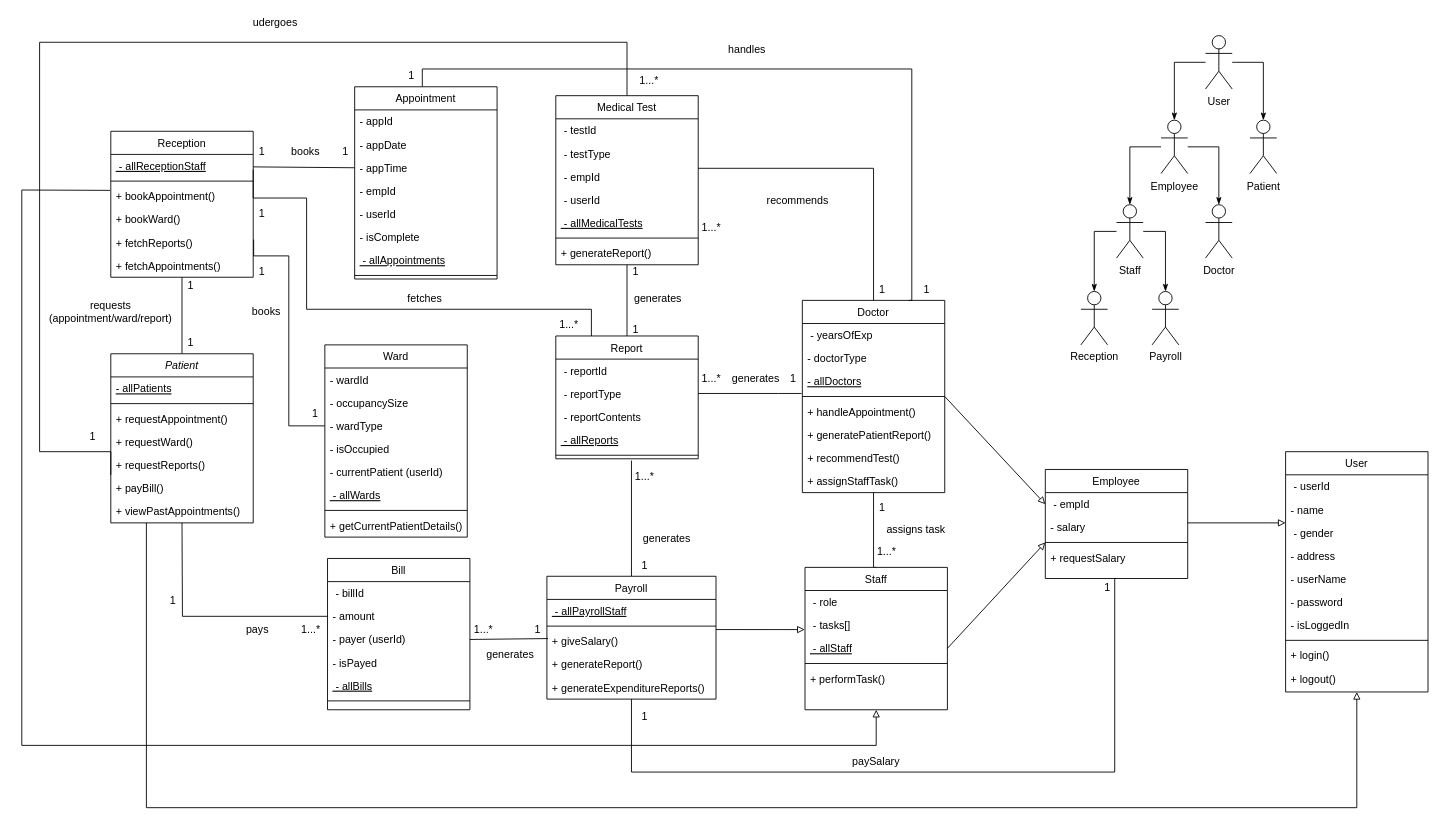
Before: 15-7-22/hospital-app/diagrams/hosp-class.drawio in srividya-p/Forcepoint-Training, a draw.io diagram. Source tidied: cells renumbered, new cells numbered last; positions are measured from the earlier drawing's top-left corner, leaving out a move shared by most shapes. Both pictures are drawn from the tidied source at 89%, with x=0, y=0 at pixel (21, 15).
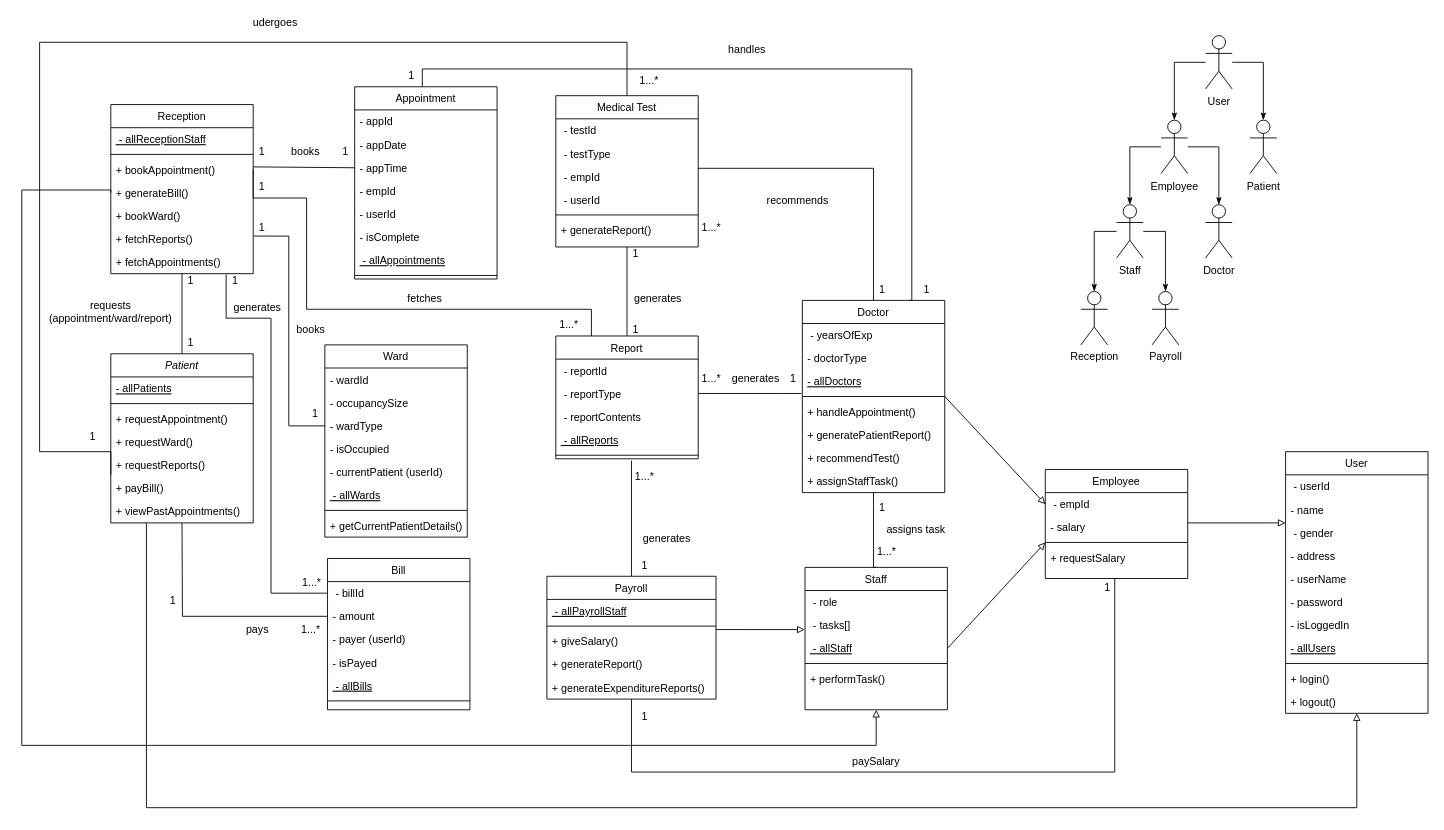
Above is the later version.

The change refers to these unchanged cells:
```xml
<mxCell id="16" value="- wardType" style="text;align=left;verticalAlign=top;spacingLeft=4;spacingRight=4;overflow=hidden;points=[[0,0.5],[1,0.5]];portConstraint=eastwest;" parent="13" vertex="1">
  <mxGeometry y="78" width="160" height="26" as="geometry" />
</mxCell>
<mxCell id="42" value=" - billId" style="text;align=left;verticalAlign=top;spacingLeft=4;spacingRight=4;overflow=hidden;points=[[0,0.5],[1,0.5]];portConstraint=eastwest;" parent="41" vertex="1">
  <mxGeometry y="26" width="160" height="26" as="geometry" />
</mxCell>
<mxCell id="44" value="- payer (userId)" style="text;align=left;verticalAlign=top;spacingLeft=4;spacingRight=4;overflow=hidden;points=[[0,0.5],[1,0.5]];portConstraint=eastwest;rounded=0;shadow=0;html=0;" parent="41" vertex="1">
  <mxGeometry y="78" width="160" height="26" as="geometry" />
</mxCell>
<mxCell id="127" value="+ bookAppointment()" style="text;align=left;verticalAlign=top;spacingLeft=4;spacingRight=4;overflow=hidden;points=[[0,0.5],[1,0.5]];portConstraint=eastwest;fontStyle=0;fontColor=#000000;" parent="124" vertex="1">
  <mxGeometry y="60" width="160" height="26" as="geometry" />
</mxCell>
<mxCell id="132" value="Staff" style="swimlane;fontStyle=0;align=center;verticalAlign=top;horizontal=1;startSize=26;rounded=0;shadow=0;strokeWidth=1;fontColor=#000000;" parent="1" vertex="1">
  <mxGeometry x="880" y="620" width="160" height="160" as="geometry" />
</mxCell>
```

The edit, as a diff of the source:
```diff
@@
     <mxCell id="60" value="Medical Test" style="swimlane;fontStyle=0;align=center;verticalAlign=top;horizontal=1;startSize=26;rounded=0;shadow=0;strokeWidth=1;" parent="1" vertex="1">
-      <mxGeometry x="600" y="90" width="160" height="190" as="geometry" />
+      <mxGeometry x="600" y="90" width="160" height="170" as="geometry" />
     </mxCell>
@@
-    <mxCell id="65" value=" - allMedicalTests" style="text;align=left;verticalAlign=top;spacingLeft=4;spacingRight=4;overflow=hidden;fontStyle=4;" parent="60" vertex="1">
-      <mxGeometry y="130" width="160" height="26" as="geometry" />
-    </mxCell>
     <mxCell id="66" style="line;html=1;strokeWidth=1;align=left;verticalAlign=middle;spacingTop=-1;spacingLeft=3;spacingRight=3;labelPosition=right;" parent="60" vertex="1">
-      <mxGeometry y="156" width="160" height="8" as="geometry" />
+      <mxGeometry y="130" width="160" height="8" as="geometry" />
     </mxCell>
     <mxCell id="67" value="+ generateReport()" style="text;align=left;verticalAlign=top;spacingLeft=4;spacingRight=4;overflow=hidden;fontStyle=0;" parent="60" vertex="1">
-      <mxGeometry y="164" width="160" height="26" as="geometry" />
+      <mxGeometry y="138" width="160" height="26" as="geometry" />
     </mxCell>
@@
     <mxCell id="88" value="1" style="text;html=1;strokeColor=none;fillColor=none;align=center;verticalAlign=middle;whiteSpace=wrap;rounded=0;" parent="1" vertex="1">
-      <mxGeometry x="680" y="280" width="20" height="15" as="geometry" />
+      <mxGeometry x="680" y="260" width="20" height="15" as="geometry" />
     </mxCell>
@@
-    <mxCell id="91" style="edgeStyle=orthogonalEdgeStyle;rounded=0;jettySize=auto;html=1;endArrow=none;endFill=0;entryX=1;entryY=0.5;entryDx=0;entryDy=0;" parent="1" edge="1" target="44">
-      <mxGeometry relative="1" as="geometry">
-        <mxPoint x="590" y="700" as="sourcePoint" />
-        <Array as="points">
-          <mxPoint x="591" y="700" />
-          <mxPoint x="504" y="700" />
-        </Array>
-      </mxGeometry>
-    </mxCell>
-    <mxCell id="92" value="1" style="text;html=1;strokeColor=none;fillColor=none;align=center;verticalAlign=middle;whiteSpace=wrap;rounded=0;" parent="1" vertex="1">
-      <mxGeometry x="570" y="682.5" width="20" height="15" as="geometry" />
-    </mxCell>
-    <mxCell id="93" value="1...*" style="text;html=1;strokeColor=none;fillColor=none;align=center;verticalAlign=middle;whiteSpace=wrap;rounded=0;" parent="1" vertex="1">
-      <mxGeometry x="503.5" y="682.5" width="30" height="15" as="geometry" />
-    </mxCell>
-    <mxCell id="94" value="generates" style="text;html=1;strokeColor=none;fillColor=none;align=center;verticalAlign=middle;whiteSpace=wrap;rounded=0;" parent="1" vertex="1">
-      <mxGeometry x="533.5" y="710" width="30" height="15" as="geometry" />
-    </mxCell>
@@
     <mxCell id="111" value="User" style="swimlane;fontStyle=0;align=center;verticalAlign=top;horizontal=1;startSize=26;rounded=0;shadow=0;strokeWidth=1;" parent="1" vertex="1">
-      <mxGeometry x="1420" y="490" width="160" height="270" as="geometry" />
+      <mxGeometry x="1420" y="490" width="160" height="294" as="geometry" />
     </mxCell>
@@
+    <mxCell id="168" value="- allUsers" style="text;align=left;verticalAlign=top;spacingLeft=4;spacingRight=4;overflow=hidden;rounded=0;shadow=0;html=0;fontStyle=4;" parent="111" vertex="1">
+      <mxGeometry y="208" width="160" height="26" as="geometry" />
+    </mxCell>
     <mxCell id="119" style="line;html=1;strokeWidth=1;align=left;verticalAlign=middle;spacingTop=-1;spacingLeft=3;spacingRight=3;labelPosition=right;" parent="111" vertex="1">
-      <mxGeometry y="208" width="160" height="8" as="geometry" />
+      <mxGeometry y="234" width="160" height="8" as="geometry" />
     </mxCell>
     <mxCell id="120" value="+ login()" style="text;align=left;verticalAlign=top;spacingLeft=4;spacingRight=4;overflow=hidden;" parent="111" vertex="1">
-      <mxGeometry y="216" width="160" height="26" as="geometry" />
+      <mxGeometry y="242" width="160" height="26" as="geometry" />
     </mxCell>
     <mxCell id="121" value="+ logout()" style="text;align=left;verticalAlign=top;spacingLeft=4;spacingRight=4;overflow=hidden;" parent="111" vertex="1">
-      <mxGeometry y="242" width="160" height="26" as="geometry" />
+      <mxGeometry y="268" width="160" height="26" as="geometry" />
     </mxCell>
@@
-    <mxCell id="123" style="edgeStyle=orthogonalEdgeStyle;rounded=0;jettySize=auto;html=1;fontColor=#000000;endArrow=block;endFill=0;entryX=0.5;entryY=1;entryDx=0;entryDy=0;exitX=-0.005;exitY=0.248;exitDx=0;exitDy=0;exitPerimeter=0;" parent="1" edge="1" source="127" target="132">
+    <mxCell id="123" style="edgeStyle=orthogonalEdgeStyle;rounded=0;jettySize=auto;html=1;fontColor=#000000;endArrow=block;endFill=0;entryX=0.5;entryY=1;entryDx=0;entryDy=0;exitX=0;exitY=0.5;exitDx=0;exitDy=0;" parent="1" edge="1" source="169" target="132">
       <mxGeometry relative="1" as="geometry">
         <Array as="points">
-          <mxPoint x="97" y="196" />
+          <mxPoint x="100" y="196" />
           <mxPoint y="196" />
           <mxPoint y="820" />
           <mxPoint x="960" y="820" />
         </Array>
       </mxGeometry>
     </mxCell>
     <mxCell id="124" value="Reception" style="swimlane;fontStyle=0;align=center;verticalAlign=top;horizontal=1;startSize=26;rounded=0;shadow=0;strokeWidth=1;fontColor=#000000;" parent="1" vertex="1">
-      <mxGeometry x="100" y="130" width="160" height="164" as="geometry" />
+      <mxGeometry x="100" y="100" width="160" height="190" as="geometry" />
     </mxCell>
@@
+    <mxCell id="169" value="+ generateBill()" style="text;align=left;verticalAlign=top;spacingLeft=4;spacingRight=4;overflow=hidden;points=[[0,0.5],[1,0.5]];portConstraint=eastwest;fontStyle=0;fontColor=#000000;" parent="124" vertex="1">
+      <mxGeometry y="86" width="160" height="26" as="geometry" />
+    </mxCell>
     <mxCell id="128" value="+ bookWard()" style="text;align=left;verticalAlign=top;spacingLeft=4;spacingRight=4;overflow=hidden;fontStyle=0;fontColor=#000000;" parent="124" vertex="1">
-      <mxGeometry y="86" width="160" height="26" as="geometry" />
+      <mxGeometry y="112" width="160" height="26" as="geometry" />
     </mxCell>
     <mxCell id="129" value="+ fetchReports()" style="text;align=left;verticalAlign=top;spacingLeft=4;spacingRight=4;overflow=hidden;points=[[0,0.5],[1,0.5]];portConstraint=eastwest;fontStyle=0;fontColor=#000000;" parent="124" vertex="1">
-      <mxGeometry y="112" width="160" height="26" as="geometry" />
+      <mxGeometry y="138" width="160" height="26" as="geometry" />
     </mxCell>
     <mxCell id="130" value="+ fetchAppointments()" style="text;align=left;verticalAlign=top;spacingLeft=4;spacingRight=4;overflow=hidden;points=[[0,0.5],[1,0.5]];portConstraint=eastwest;fontStyle=0;fontColor=#000000;" parent="124" vertex="1">
-      <mxGeometry y="138" width="160" height="26" as="geometry" />
+      <mxGeometry y="164" width="160" height="26" as="geometry" />
     </mxCell>
@@
     <mxCell id="139" value="1" style="text;html=1;strokeColor=none;fillColor=none;align=center;verticalAlign=middle;whiteSpace=wrap;rounded=0;fontColor=#000000;" parent="1" vertex="1">
-      <mxGeometry x="180" y="296" width="20" height="15" as="geometry" />
+      <mxGeometry x="180" y="290" width="20" height="15" as="geometry" />
     </mxCell>
@@
     <mxCell id="144" style="edgeStyle=orthogonalEdgeStyle;rounded=0;jettySize=auto;html=1;fontColor=#FF3399;endArrow=none;endFill=0;entryX=0;entryY=0.5;entryDx=0;entryDy=0;exitX=1.003;exitY=0.375;exitDx=0;exitDy=0;exitPerimeter=0;" parent="1" edge="1" source="129" target="16">
       <mxGeometry relative="1" as="geometry">
         <Array as="points">
-          <mxPoint x="260" y="270" />
-          <mxPoint x="300" y="270" />
+          <mxPoint x="300" y="248" />
           <mxPoint x="300" y="461" />
         </Array>
       </mxGeometry>
     </mxCell>
+    <mxCell id="170" style="edgeStyle=orthogonalEdgeStyle;rounded=0;jettySize=auto;html=1;entryX=0;entryY=0.5;entryDx=0;entryDy=0;exitX=0.81;exitY=1.038;exitDx=0;exitDy=0;exitPerimeter=0;endArrow=none;endFill=0;" parent="1" edge="1" source="130" target="42">
+      <mxGeometry relative="1" as="geometry">
+        <Array as="points">
+          <mxPoint x="230" y="340" />
+          <mxPoint x="280" y="340" />
+          <mxPoint x="280" y="649" />
+        </Array>
+      </mxGeometry>
+    </mxCell>
-    <mxCell id="145" value="1" style="text;html=1;strokeColor=none;fillColor=none;align=center;verticalAlign=middle;whiteSpace=wrap;rounded=0;fontColor=#000000;" parent="1" vertex="1">
-      <mxGeometry x="260" y="280" width="20" height="15" as="geometry" />
+    <mxCell id="145" value="1" style="text;html=1;strokeColor=none;fillColor=none;align=center;verticalAlign=middle;whiteSpace=wrap;rounded=0;fontColor=#000000;rotation=0;" parent="1" vertex="1">
+      <mxGeometry x="260" y="230" width="20" height="15" as="geometry" />
     </mxCell>
@@
     <mxCell id="147" value="books" style="text;html=1;strokeColor=none;fillColor=none;align=center;verticalAlign=middle;whiteSpace=wrap;rounded=0;" parent="1" vertex="1">
-      <mxGeometry x="250" y="325" width="50" height="15" as="geometry" />
+      <mxGeometry x="300" y="345" width="50" height="15" as="geometry" />
     </mxCell>
@@
     <mxCell id="152" value="1" style="text;html=1;strokeColor=none;fillColor=none;align=center;verticalAlign=middle;whiteSpace=wrap;rounded=0;fontColor=#000000;" parent="1" vertex="1">
-      <mxGeometry x="260" y="215" width="20" height="15" as="geometry" />
+      <mxGeometry x="260" y="185" width="20" height="15" as="geometry" />
     </mxCell>
@@
+    <mxCell id="94" value="generates" style="text;html=1;strokeColor=none;fillColor=none;align=center;verticalAlign=middle;whiteSpace=wrap;rounded=0;" parent="1" vertex="1">
+      <mxGeometry x="240" y="320" width="50" height="15" as="geometry" />
+    </mxCell>
+    <mxCell id="92" value="1" style="text;html=1;strokeColor=none;fillColor=none;align=center;verticalAlign=middle;whiteSpace=wrap;rounded=0;fontColor=#000000;" parent="1" vertex="1">
+      <mxGeometry x="230" y="290" width="20" height="15" as="geometry" />
+    </mxCell>
+    <mxCell id="93" value="1...*" style="text;html=1;strokeColor=none;fillColor=none;align=center;verticalAlign=middle;whiteSpace=wrap;rounded=0;" parent="1" vertex="1">
+      <mxGeometry x="310.5" y="629.5" width="30" height="15" as="geometry" />
+    </mxCell>
```
